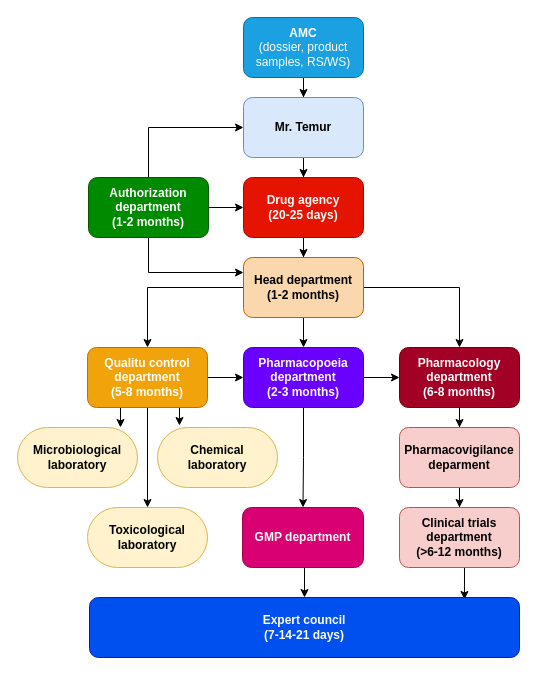
This is Untitled Diagram.drawio from Rustapo/cabinet_front, a draw.io file, before an edit. Source tidied: cells renumbered, new cells numbered last; positions are measured from the earlier drawing's top-left corner, leaving out a move shared by most shapes. Both pictures are drawn from the tidied source at 100%, with x=0, y=0 at pixel (17, 17).
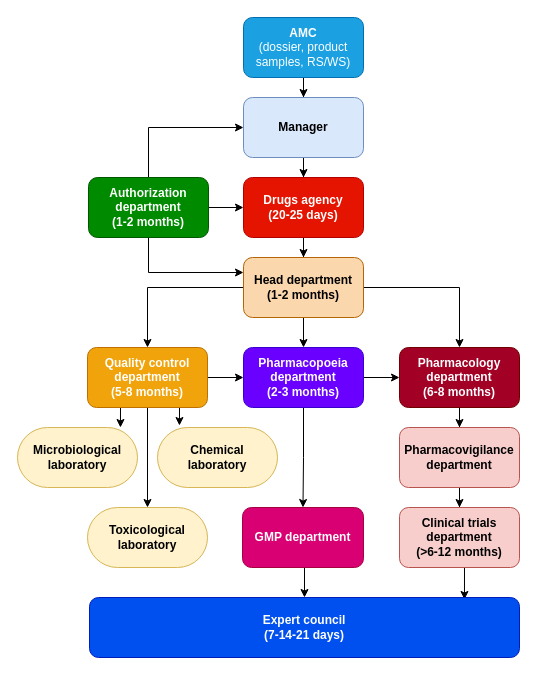
The same diagram, later.

Change to the diagram source:
```diff
@@
-    <mxCell id="5" value="&lt;b&gt;Mr. Temur&lt;/b&gt;" style="rounded=1;whiteSpace=wrap;html=1;fillColor=#dae8fc;strokeColor=#6c8ebf;" parent="1" vertex="1">
+    <mxCell id="5" value="&lt;b&gt;Manager&lt;/b&gt;" style="rounded=1;whiteSpace=wrap;html=1;fillColor=#dae8fc;strokeColor=#6c8ebf;" parent="1" vertex="1">
       <mxGeometry x="226" y="80" width="120" height="60" as="geometry" />
     </mxCell>
@@
-    <mxCell id="7" value="&lt;b&gt;Drug agency&lt;br&gt;(20-25 days)&lt;br&gt;&lt;/b&gt;" style="rounded=1;whiteSpace=wrap;html=1;fillColor=#e51400;strokeColor=#B20000;fontColor=#ffffff;" parent="1" vertex="1">
+    <mxCell id="7" value="&lt;b&gt;Drugs agency&lt;br&gt;(20-25 days)&lt;br&gt;&lt;/b&gt;" style="rounded=1;whiteSpace=wrap;html=1;fillColor=#e51400;strokeColor=#B20000;fontColor=#ffffff;" parent="1" vertex="1">
       <mxGeometry x="226" y="160" width="120" height="60" as="geometry" />
     </mxCell>
@@
-    <mxCell id="19" value="&lt;b&gt;Pharmacovigilance deparment&lt;/b&gt;" style="rounded=1;whiteSpace=wrap;html=1;fillColor=#f8cecc;strokeColor=#b85450;" parent="1" vertex="1">
+    <mxCell id="19" value="&lt;b&gt;Pharmacovigilance department&lt;/b&gt;" style="rounded=1;whiteSpace=wrap;html=1;fillColor=#f8cecc;strokeColor=#b85450;" parent="1" vertex="1">
       <mxGeometry x="382" y="410" width="120" height="60" as="geometry" />
     </mxCell>
@@
-    <mxCell id="32" value="&lt;b&gt;Qualitu control department&lt;br&gt;(5&lt;/b&gt;&lt;b&gt;-8 months)&lt;/b&gt;&lt;b&gt;&lt;br&gt;&lt;/b&gt;" style="rounded=1;whiteSpace=wrap;html=1;fillColor=#f0a30a;strokeColor=#BD7000;fontColor=#ffffff;" parent="1" vertex="1">
+    <mxCell id="32" value="&lt;b&gt;Quality control department&lt;br&gt;(5&lt;/b&gt;&lt;b&gt;-8 months)&lt;/b&gt;&lt;b&gt;&lt;br&gt;&lt;/b&gt;" style="rounded=1;whiteSpace=wrap;html=1;fillColor=#f0a30a;strokeColor=#BD7000;fontColor=#ffffff;" parent="1" vertex="1">
       <mxGeometry x="70" y="330" width="120" height="60" as="geometry" />
     </mxCell>
```
